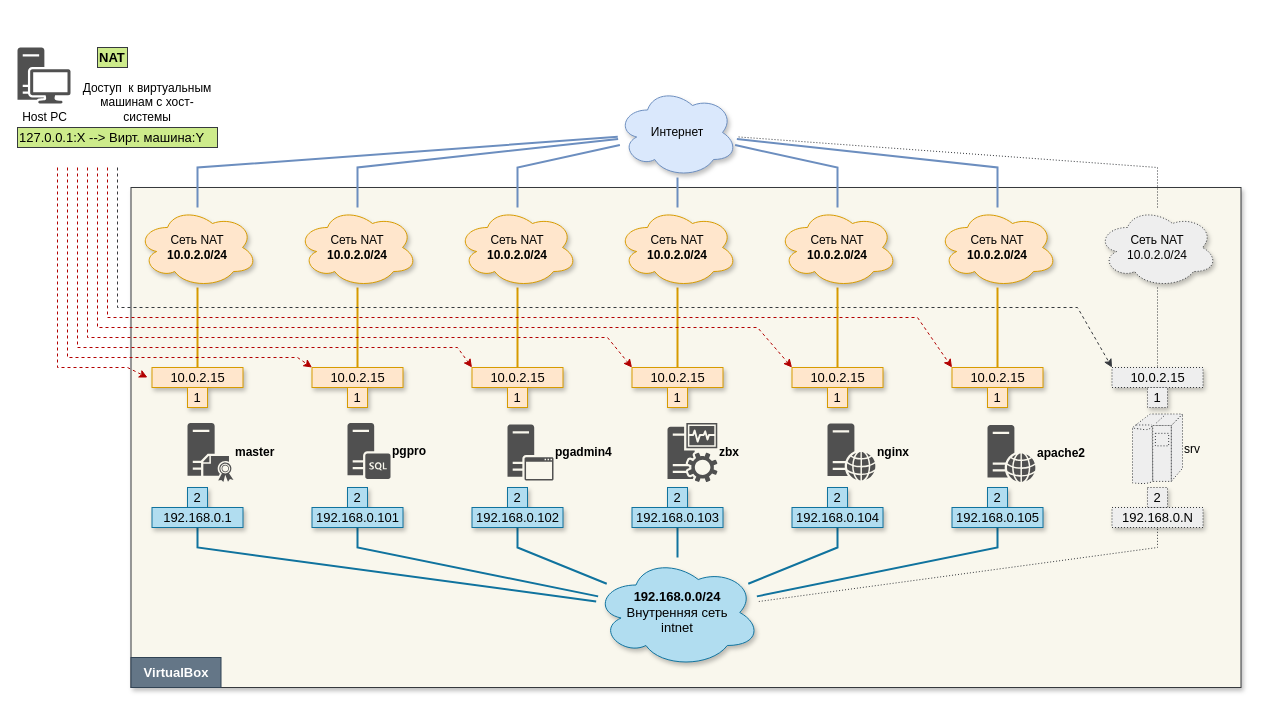
Before: virtualbox/images_source/scheme_002.drawio in che-a/test-stands, a draw.io diagram. Source tidied: cells renumbered, new cells numbered last; positions are measured from the earlier drawing's top-left corner, leaving out a move shared by most shapes. Both pictures are drawn from the tidied source at 100%, with x=0, y=0 at pixel (17, 47).
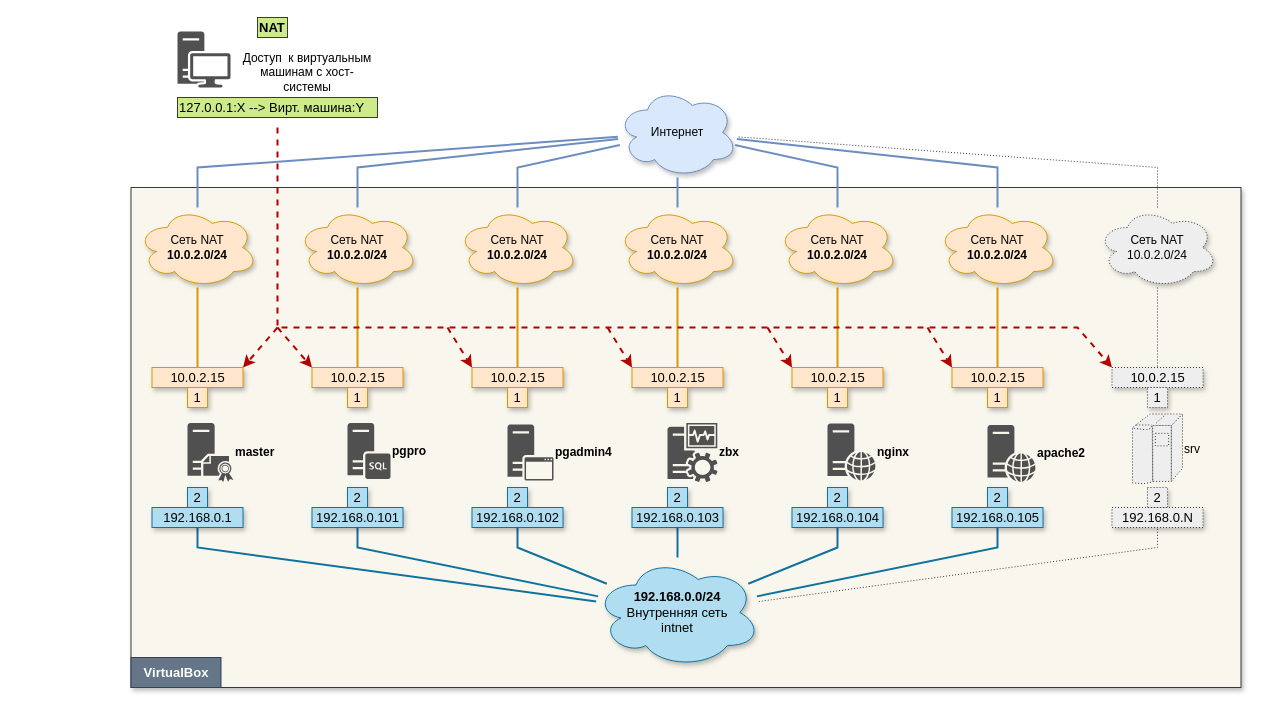
The same page after the edit.

Commit message (it also covers changes not shown here):
Доработана схема стенда.

Unchanged cells that the change refers to:
```xml
<mxCell id="25" value="10.0.2.15" style="text;html=1;strokeColor=#d79b00;fillColor=#ffe6cc;align=center;verticalAlign=middle;whiteSpace=wrap;rounded=0;fontSize=13;shadow=1;" parent="1" vertex="1">
  <mxGeometry x="134.5" y="320" width="91" height="20" as="geometry" />
</mxCell>
<mxCell id="26" value="10.0.2.15" style="text;html=1;strokeColor=#d79b00;fillColor=#ffe6cc;align=center;verticalAlign=middle;whiteSpace=wrap;rounded=0;fontSize=13;shadow=1;" parent="1" vertex="1">
  <mxGeometry x="294.5" y="320" width="91" height="20" as="geometry" />
</mxCell>
<mxCell id="27" value="10.0.2.15" style="text;html=1;strokeColor=#d79b00;fillColor=#ffe6cc;align=center;verticalAlign=middle;whiteSpace=wrap;rounded=0;fontSize=13;shadow=1;" parent="1" vertex="1">
  <mxGeometry x="454.5" y="320" width="91" height="20" as="geometry" />
</mxCell>
<mxCell id="28" value="10.0.2.15" style="text;html=1;strokeColor=#36393d;fillColor=#eeeeee;align=center;verticalAlign=middle;whiteSpace=wrap;rounded=0;fontSize=13;shadow=1;dashed=1;dashPattern=1 2;" parent="1" vertex="1">
  <mxGeometry x="1094.5" y="320" width="91" height="20" as="geometry" />
</mxCell>
<mxCell id="44" value="10.0.2.15" style="text;html=1;strokeColor=#d79b00;fillColor=#ffe6cc;align=center;verticalAlign=middle;whiteSpace=wrap;rounded=0;fontSize=13;shadow=1;" parent="1" vertex="1">
  <mxGeometry x="614.5" y="320" width="91" height="20" as="geometry" />
</mxCell>
<mxCell id="49" value="10.0.2.15" style="text;html=1;strokeColor=#d79b00;fillColor=#ffe6cc;align=center;verticalAlign=middle;whiteSpace=wrap;rounded=0;fontSize=13;shadow=1;" parent="1" vertex="1">
  <mxGeometry x="774.5" y="320" width="91" height="20" as="geometry" />
</mxCell>
<mxCell id="71" value="10.0.2.15" style="text;html=1;strokeColor=#d79b00;fillColor=#ffe6cc;align=center;verticalAlign=middle;whiteSpace=wrap;rounded=0;fontSize=13;shadow=1;" parent="1" vertex="1">
  <mxGeometry x="934.5" y="320" width="91" height="20" as="geometry" />
</mxCell>
```

What changed in the source:
```diff
@@
-    <mxCell id="29" style="endArrow=classic;html=1;rounded=0;fontSize=13;fillColor=#e51400;strokeColor=#B20000;dashed=1;entryX=0;entryY=0;entryDx=0;entryDy=0;" parent="1" edge="1" target="44">
-      <mxGeometry y="-20" relative="1" as="geometry">
-        <mxPoint x="70" y="120" as="sourcePoint" />
-        <Array as="points">
-          <mxPoint x="70" y="290" />
-          <mxPoint x="590" y="290" />
-        </Array>
-      </mxGeometry>
-    </mxCell>
-    <mxCell id="30" style="endArrow=classic;html=1;rounded=0;fontSize=13;fillColor=#eeeeee;strokeColor=#36393d;dashed=1;entryX=0;entryY=0;entryDx=0;entryDy=0;" parent="1" edge="1" target="28">
-      <mxGeometry relative="1" as="geometry">
-        <mxPoint x="100" y="120" as="sourcePoint" />
-        <Array as="points">
-          <mxPoint x="100" y="260" />
-          <mxPoint x="1060" y="260" />
-        </Array>
-      </mxGeometry>
-    </mxCell>
     <mxCell id="31" value="NAT" style="text;html=1;fillColor=#cdeb8b;align=left;verticalAlign=middle;whiteSpace=wrap;rounded=0;fontSize=13;fontStyle=1;strokeColor=#36393d;" parent="1" vertex="1">
-      <mxGeometry x="80" width="30" height="20" as="geometry" />
+      <mxGeometry x="240" y="-30" width="30" height="20" as="geometry" />
     </mxCell>
     <mxCell id="32" value="127.0.0.1:X --&amp;gt; Вирт. машина:Y" style="text;html=1;align=left;verticalAlign=middle;whiteSpace=wrap;rounded=0;fontSize=13;fillColor=#cdeb8b;strokeColor=#36393d;fontStyle=0;" parent="1" vertex="1">
-      <mxGeometry y="80" width="200" height="20" as="geometry" />
+      <mxGeometry x="160" y="50" width="200" height="20" as="geometry" />
     </mxCell>
-    <mxCell id="33" value="VirtualBox" style="text;html=1;strokeColor=#314354;fillColor=#647687;align=center;verticalAlign=middle;whiteSpace=wrap;rounded=0;strokeWidth=1;fontSize=13;fontColor=#ffffff;fontStyle=1;shadow=0;" parent="1" vertex="1">
-      <mxGeometry x="113.5" y="610" width="90" height="30" as="geometry" />
-    </mxCell>
@@
-    <mxCell id="62" value="Host PC" style="sketch=0;shadow=0;dashed=0;html=1;strokeColor=none;fillColor=#505050;labelPosition=center;verticalLabelPosition=bottom;verticalAlign=top;align=center;shape=mxgraph.office.devices.workstation;" parent="1" vertex="1">
-      <mxGeometry width="53" height="56" as="geometry" />
+    <mxCell id="62" style="sketch=0;shadow=0;dashed=0;html=1;strokeColor=none;fillColor=#505050;labelPosition=center;verticalLabelPosition=bottom;verticalAlign=top;align=center;shape=mxgraph.office.devices.workstation;" parent="1" vertex="1">
+      <mxGeometry x="160" y="-16" width="53" height="56" as="geometry" />
     </mxCell>
@@
-    <mxCell id="75" style="endArrow=classic;html=1;rounded=0;fontSize=13;fillColor=#e51400;strokeColor=#B20000;dashed=1;entryX=0;entryY=0;entryDx=0;entryDy=0;" parent="1" edge="1" target="27">
-      <mxGeometry y="-20" relative="1" as="geometry">
-        <mxPoint x="60" y="120" as="sourcePoint" />
-        <Array as="points">
-          <mxPoint x="60" y="300" />
-          <mxPoint x="440" y="300" />
-        </Array>
-      </mxGeometry>
-    </mxCell>
-    <mxCell id="76" style="endArrow=classic;html=1;rounded=0;fontSize=13;fillColor=#e51400;strokeColor=#B20000;dashed=1;entryX=0;entryY=0;entryDx=0;entryDy=0;" parent="1" edge="1" target="26">
-      <mxGeometry relative="1" as="geometry">
-        <mxPoint x="50" y="120" as="sourcePoint" />
-        <Array as="points">
-          <mxPoint x="50" y="310" />
-          <mxPoint x="280" y="310" />
-        </Array>
-      </mxGeometry>
-    </mxCell>
-    <mxCell id="77" style="endArrow=classic;html=1;rounded=0;fontSize=13;fillColor=#e51400;strokeColor=#B20000;dashed=1;" parent="1" edge="1">
-      <mxGeometry relative="1" as="geometry">
-        <mxPoint x="40" y="120" as="sourcePoint" />
-        <mxPoint x="130" y="330" as="targetPoint" />
-        <Array as="points">
-          <mxPoint x="40" y="320" />
-          <mxPoint x="110" y="320" />
-        </Array>
-      </mxGeometry>
-    </mxCell>
-    <mxCell id="78" style="endArrow=classic;html=1;rounded=0;fontSize=13;fillColor=#e51400;strokeColor=#B20000;dashed=1;entryX=0;entryY=0;entryDx=0;entryDy=0;" parent="1" edge="1" target="49">
+    <mxCell id="78" style="endArrow=classic;html=1;rounded=0;fontSize=13;fillColor=#e51400;strokeColor=#B20000;dashed=1;entryX=0;entryY=0;entryDx=0;entryDy=0;strokeWidth=2;" parent="1" edge="1" target="49">
       <mxGeometry relative="1" as="geometry">
-        <mxPoint x="80" y="120" as="sourcePoint" />
-        <Array as="points">
-          <mxPoint x="80" y="280" />
-          <mxPoint x="740" y="280" />
-        </Array>
+        <mxPoint x="750" y="280" as="sourcePoint" />
       </mxGeometry>
     </mxCell>
-    <mxCell id="79" style="endArrow=classic;html=1;rounded=0;fontSize=13;fillColor=#e51400;strokeColor=#B20000;dashed=1;entryX=0;entryY=0;entryDx=0;entryDy=0;" parent="1" edge="1" target="71">
+    <mxCell id="79" style="endArrow=classic;html=1;rounded=0;fontSize=13;fillColor=#e51400;strokeColor=#B20000;dashed=1;entryX=0;entryY=0;entryDx=0;entryDy=0;strokeWidth=2;" parent="1" edge="1" target="71">
       <mxGeometry relative="1" as="geometry">
-        <mxPoint x="90" y="120" as="sourcePoint" />
-        <Array as="points">
-          <mxPoint x="90" y="270" />
-          <mxPoint x="900" y="270" />
-        </Array>
+        <mxPoint x="910" y="280" as="sourcePoint" />
       </mxGeometry>
     </mxCell>
     <mxCell id="80" value="Доступ&amp;nbsp; к виртуальным машинам с хост-системы" style="text;html=1;strokeColor=none;fillColor=none;align=center;verticalAlign=middle;whiteSpace=wrap;rounded=0;" parent="1" vertex="1">
-      <mxGeometry x="60" y="30" width="140" height="50" as="geometry" />
+      <mxGeometry x="220" width="140" height="50" as="geometry" />
     </mxCell>
+    <mxCell id="81" style="endArrow=classic;html=1;rounded=0;fontSize=13;fillColor=#e51400;strokeColor=#B20000;dashed=1;entryX=0;entryY=0;entryDx=0;entryDy=0;strokeWidth=2;" parent="1" edge="1">
+      <mxGeometry relative="1" as="geometry">
+        <mxPoint x="260" y="80" as="sourcePoint" />
+        <mxPoint x="1094.5" y="320" as="targetPoint" />
+        <Array as="points">
+          <mxPoint x="260" y="280" />
+          <mxPoint x="1060" y="280" />
+        </Array>
+      </mxGeometry>
+    </mxCell>
+    <mxCell id="82" style="endArrow=classic;html=1;rounded=0;fontSize=13;fillColor=#e51400;strokeColor=#B20000;dashed=1;entryX=0;entryY=0;entryDx=0;entryDy=0;strokeWidth=2;" parent="1" edge="1" target="44">
+      <mxGeometry relative="1" as="geometry">
+        <mxPoint x="590" y="280" as="sourcePoint" />
+      </mxGeometry>
+    </mxCell>
+    <mxCell id="83" style="endArrow=classic;html=1;rounded=0;fontSize=13;fillColor=#e51400;strokeColor=#B20000;dashed=1;entryX=0;entryY=0;entryDx=0;entryDy=0;strokeWidth=2;" parent="1" edge="1" target="27">
+      <mxGeometry relative="1" as="geometry">
+        <mxPoint x="430" y="280" as="sourcePoint" />
+      </mxGeometry>
+    </mxCell>
+    <mxCell id="84" style="endArrow=classic;html=1;rounded=0;fontSize=13;fillColor=#e51400;strokeColor=#B20000;dashed=1;entryX=1;entryY=0;entryDx=0;entryDy=0;strokeWidth=2;" parent="1" edge="1" target="25">
+      <mxGeometry relative="1" as="geometry">
+        <mxPoint x="260" y="280" as="sourcePoint" />
+      </mxGeometry>
+    </mxCell>
+    <mxCell id="85" style="endArrow=classic;html=1;rounded=0;fontSize=13;fillColor=#e51400;strokeColor=#B20000;dashed=1;entryX=0;entryY=0;entryDx=0;entryDy=0;strokeWidth=2;" parent="1" edge="1" target="26">
+      <mxGeometry relative="1" as="geometry">
+        <mxPoint x="260" y="280" as="sourcePoint" />
+      </mxGeometry>
+    </mxCell>
+    <mxCell id="33" value="VirtualBox" style="text;html=1;strokeColor=#314354;fillColor=#647687;align=center;verticalAlign=middle;whiteSpace=wrap;rounded=0;strokeWidth=1;fontSize=13;fontColor=#ffffff;fontStyle=1;shadow=0;" parent="1" vertex="1">
+      <mxGeometry x="113.5" y="610" width="90" height="30" as="geometry" />
+    </mxCell>
```
